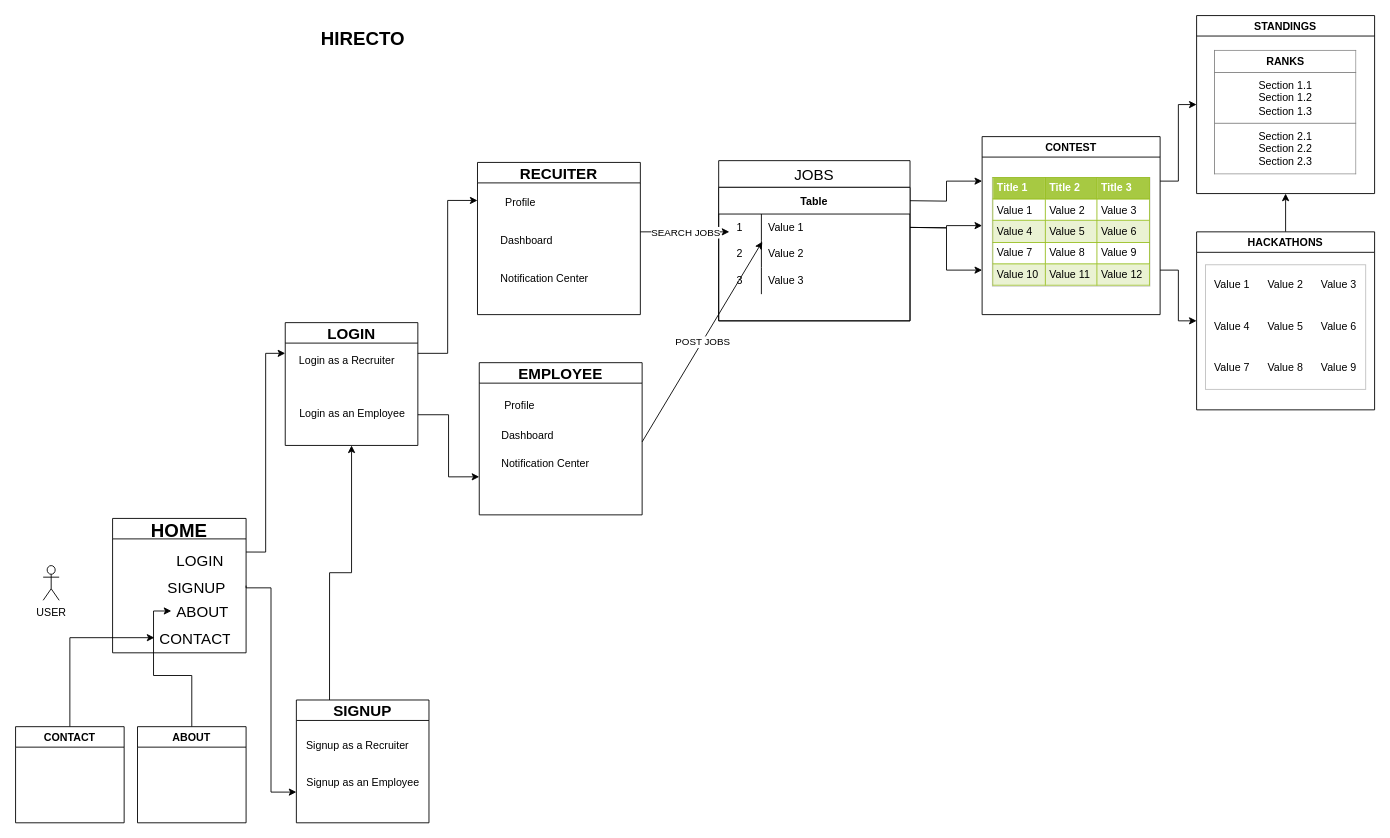
mr-optimizer/DrawIo keeps this draw.io diagram as Untitled Diagram.drawio. Above is the earlier version. Source tidied: cells renumbered, new cells numbered last; positions are measured from the earlier drawing's top-left corner, leaving out a move shared by most shapes. Both pictures are drawn from the tidied source at 89%, with x=0, y=0 at pixel (15, 15).
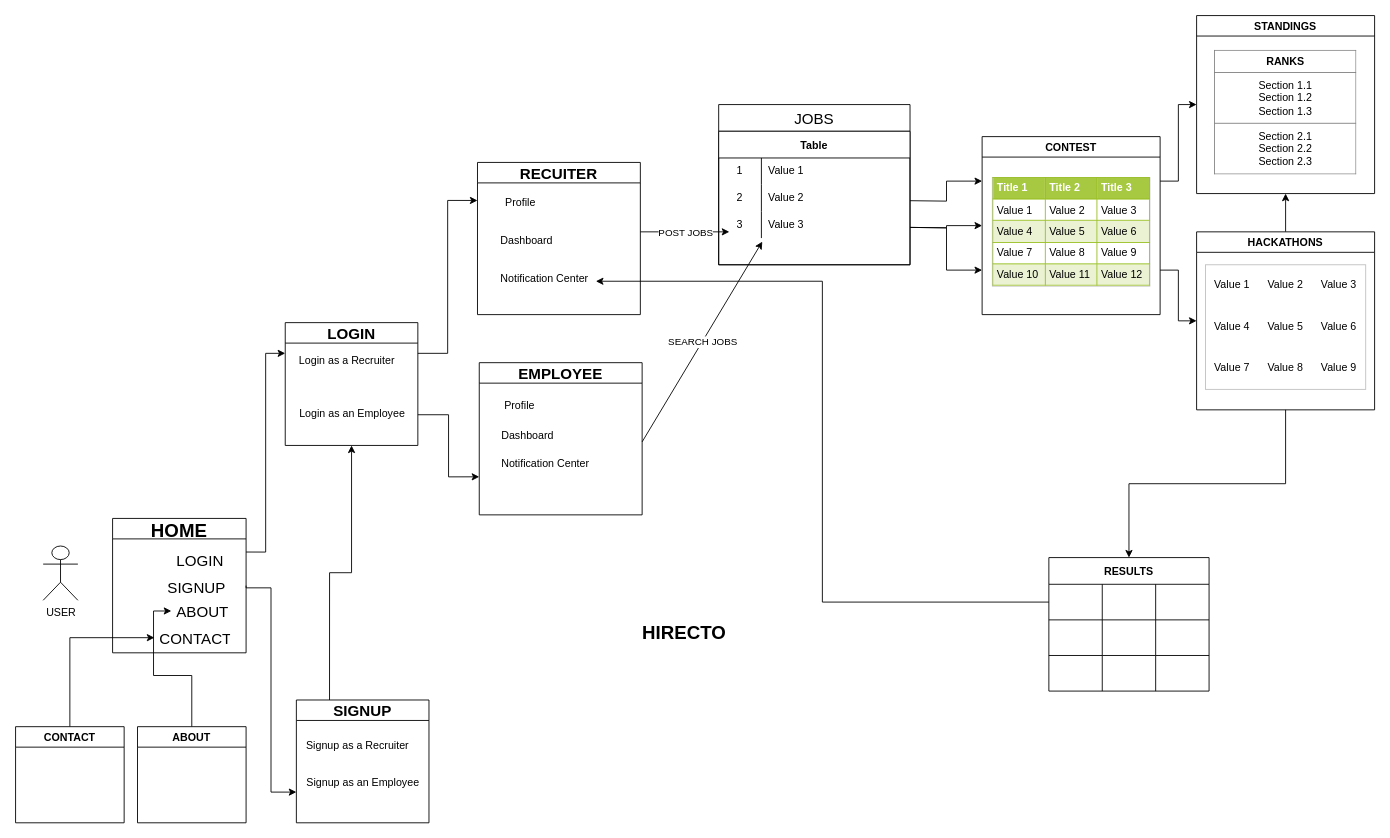
After the change.

Unchanged cells that the change refers to:
```xml
<mxCell id="22" value="Notification Center" style="text;html=1;align=center;verticalAlign=middle;points=[];strokeColor=none;fillColor=none;" parent="20" vertex="1">
  <mxGeometry x="16" y="118" width="117" height="26" as="geometry" />
</mxCell>
<mxCell id="49" value="HACKATHONS" style="swimlane;" parent="1" vertex="1">
  <mxGeometry x="1327" y="243" width="200" height="200" as="geometry" />
</mxCell>
<mxCell id="55" style="endArrow=classic;html=1;rounded=0;entryX=0.228;entryY=1.033;entryDx=0;entryDy=0;entryPerimeter=0;" parent="1" edge="1">
  <mxGeometry relative="1" as="geometry">
    <mxPoint x="704" y="479" as="sourcePoint" />
    <mxPoint x="839" y="254" as="targetPoint" />
  </mxGeometry>
</mxCell>
<mxCell id="57" style="endArrow=classic;html=1;rounded=0;" parent="1" edge="1">
  <mxGeometry relative="1" as="geometry">
    <mxPoint x="702" y="243" as="sourcePoint" />
    <mxPoint x="802" y="243" as="targetPoint" />
  </mxGeometry>
</mxCell>
```

Change to the diagram source:
```diff
@@
     <mxCell id="2" value="USER" style="shape=umlActor;verticalLabelPosition=bottom;verticalAlign=top;html=1;" parent="1" vertex="1">
-      <mxGeometry x="31" y="618" width="18" height="39" as="geometry" />
+      <mxGeometry x="31" y="596" width="39" height="61" as="geometry" />
     </mxCell>
     <mxCell id="3" value="HIRECTO" style="text;html=1;align=center;verticalAlign=middle;strokeColor=none;fillColor=none;fontStyle=1;fontSize=21;" parent="1" vertex="1">
-      <mxGeometry x="334" y="7" width="112" height="37" as="geometry" />
+      <mxGeometry x="695" y="674" width="112" height="37" as="geometry" />
     </mxCell>
@@
     <mxCell id="28" value="JOBS" style="swimlane;fontStyle=0;horizontal=1;startSize=30;fontSize=17;" parent="1" vertex="1">
-      <mxGeometry x="790" y="163" width="215" height="180" as="geometry" />
+      <mxGeometry x="790" y="100" width="215" height="180" as="geometry" />
     </mxCell>
@@
+    <mxCell id="59" style="edgeStyle=orthogonalEdgeStyle;rounded=0;jettySize=auto;html=1;exitX=0.5;exitY=1;exitDx=0;exitDy=0;entryX=0.5;entryY=0;entryDx=0;entryDy=0;" parent="1" edge="1" source="49" target="60">
+      <mxGeometry relative="1" as="geometry" />
+    </mxCell>
@@
-    <mxCell id="56" value="POST JOBS" style="edgeLabel;html=1;align=center;verticalAlign=middle;" parent="55" vertex="1">
+    <mxCell id="56" value="SEARCH JOBS" style="edgeLabel;html=1;align=center;verticalAlign=middle;" parent="55" vertex="1">
       <mxGeometry relative="1" as="geometry" />
     </mxCell>
@@
-    <mxCell id="58" value="SEARCH JOBS" style="edgeLabel;html=1;align=center;verticalAlign=middle;" parent="57" vertex="1">
+    <mxCell id="58" value="POST JOBS" style="edgeLabel;html=1;align=center;verticalAlign=middle;" parent="57" vertex="1">
       <mxGeometry relative="1" as="geometry" />
     </mxCell>
+    <mxCell id="60" value="RESULTS" style="shape=table;startSize=30;childLayout=tableLayout;fontStyle=1;align=center;" parent="1" vertex="1">
+      <mxGeometry x="1161" y="609" width="180" height="150" as="geometry" />
+    </mxCell>
+    <mxCell id="61" style="shape=tableRow;horizontal=0;startSize=0;swimlaneHead=0;swimlaneBody=0;top=0;left=0;bottom=0;right=0;fillColor=none;points=[[0,0.5],[1,0.5]];portConstraint=eastwest;" parent="60" vertex="1">
+      <mxGeometry y="30" width="180" height="40" as="geometry" />
+    </mxCell>
+    <mxCell id="62" style="shape=partialRectangle;html=1;whiteSpace=wrap;fillColor=none;top=0;left=0;bottom=0;right=0;overflow=hidden;" parent="61" vertex="1">
+      <mxGeometry width="60" height="40" as="geometry" />
+    </mxCell>
+    <mxCell id="63" style="shape=partialRectangle;html=1;whiteSpace=wrap;fillColor=none;top=0;left=0;bottom=0;right=0;overflow=hidden;" parent="61" vertex="1">
+      <mxGeometry x="60" width="60" height="40" as="geometry" />
+    </mxCell>
+    <mxCell id="64" style="shape=partialRectangle;html=1;whiteSpace=wrap;fillColor=none;top=0;left=0;bottom=0;right=0;overflow=hidden;" parent="61" vertex="1">
+      <mxGeometry x="120" width="60" height="40" as="geometry" />
+    </mxCell>
+    <mxCell id="65" style="shape=tableRow;horizontal=0;startSize=0;swimlaneHead=0;swimlaneBody=0;top=0;left=0;bottom=0;right=0;fillColor=none;" parent="60" vertex="1">
+      <mxGeometry y="70" width="180" height="40" as="geometry" />
+    </mxCell>
+    <mxCell id="66" style="shape=partialRectangle;html=1;whiteSpace=wrap;fillColor=none;top=0;left=0;bottom=0;right=0;overflow=hidden;" parent="65" vertex="1">
+      <mxGeometry width="60" height="40" as="geometry" />
+    </mxCell>
+    <mxCell id="67" style="shape=partialRectangle;html=1;whiteSpace=wrap;fillColor=none;top=0;left=0;bottom=0;right=0;overflow=hidden;" parent="65" vertex="1">
+      <mxGeometry x="60" width="60" height="40" as="geometry" />
+    </mxCell>
+    <mxCell id="68" style="shape=partialRectangle;html=1;whiteSpace=wrap;fillColor=none;top=0;left=0;bottom=0;right=0;overflow=hidden;" parent="65" vertex="1">
+      <mxGeometry x="120" width="60" height="40" as="geometry" />
+    </mxCell>
+    <mxCell id="69" style="shape=tableRow;horizontal=0;startSize=0;swimlaneHead=0;swimlaneBody=0;top=0;left=0;bottom=0;right=0;fillColor=none;" parent="60" vertex="1">
+      <mxGeometry y="110" width="180" height="40" as="geometry" />
+    </mxCell>
+    <mxCell id="70" style="shape=partialRectangle;html=1;whiteSpace=wrap;fillColor=none;top=0;left=0;bottom=0;right=0;overflow=hidden;" parent="69" vertex="1">
+      <mxGeometry width="60" height="40" as="geometry" />
+    </mxCell>
+    <mxCell id="71" style="shape=partialRectangle;html=1;whiteSpace=wrap;fillColor=none;top=0;left=0;bottom=0;right=0;overflow=hidden;" parent="69" vertex="1">
+      <mxGeometry x="60" width="60" height="40" as="geometry" />
+    </mxCell>
+    <mxCell id="72" style="shape=partialRectangle;html=1;whiteSpace=wrap;fillColor=none;top=0;left=0;bottom=0;right=0;overflow=hidden;" parent="69" vertex="1">
+      <mxGeometry x="120" width="60" height="40" as="geometry" />
+    </mxCell>
+    <mxCell id="73" style="edgeStyle=orthogonalEdgeStyle;rounded=0;jettySize=auto;html=1;exitX=0;exitY=0.5;exitDx=0;exitDy=0;entryX=1;entryY=0.596;entryDx=0;entryDy=0;entryPerimeter=0;" parent="1" edge="1" source="61" target="22">
+      <mxGeometry relative="1" as="geometry" />
+    </mxCell>
```
